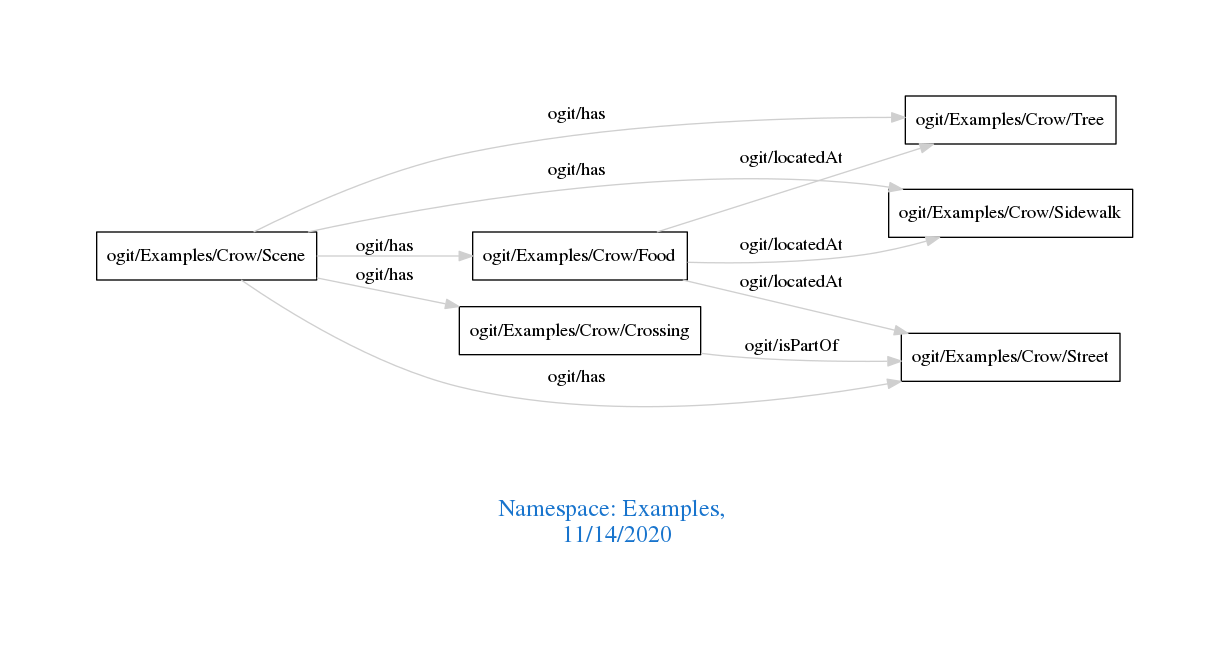
The Graphviz diagram downloads/Examples.png in arago/OGIT, before a commit. Its source is kept beside it as downloads/Examples.dot.
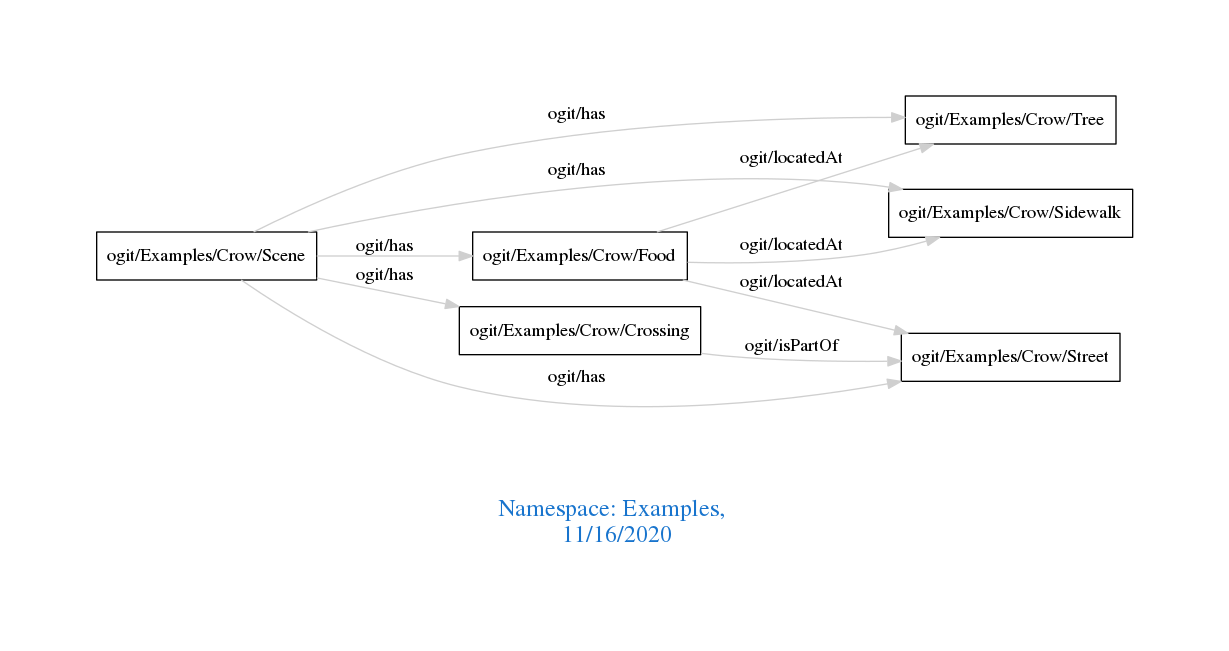
Above is the later version.

The edit, as a diff of the source:
```diff
@@ -1,7 +1,7 @@
 digraph OGIT_ontology {
  graph [ rankdir= LR,pad=1
 fontsize = 18,
-fontcolor= dodgerblue3,label = "\n\n\nNamespace: Examples, \n 11/14/2020"];
+fontcolor= dodgerblue3,label = "\n\n\nNamespace: Examples, \n 11/16/2020"];
 node[shape=polygon];
 edge [  color="gray81"];
 
```
